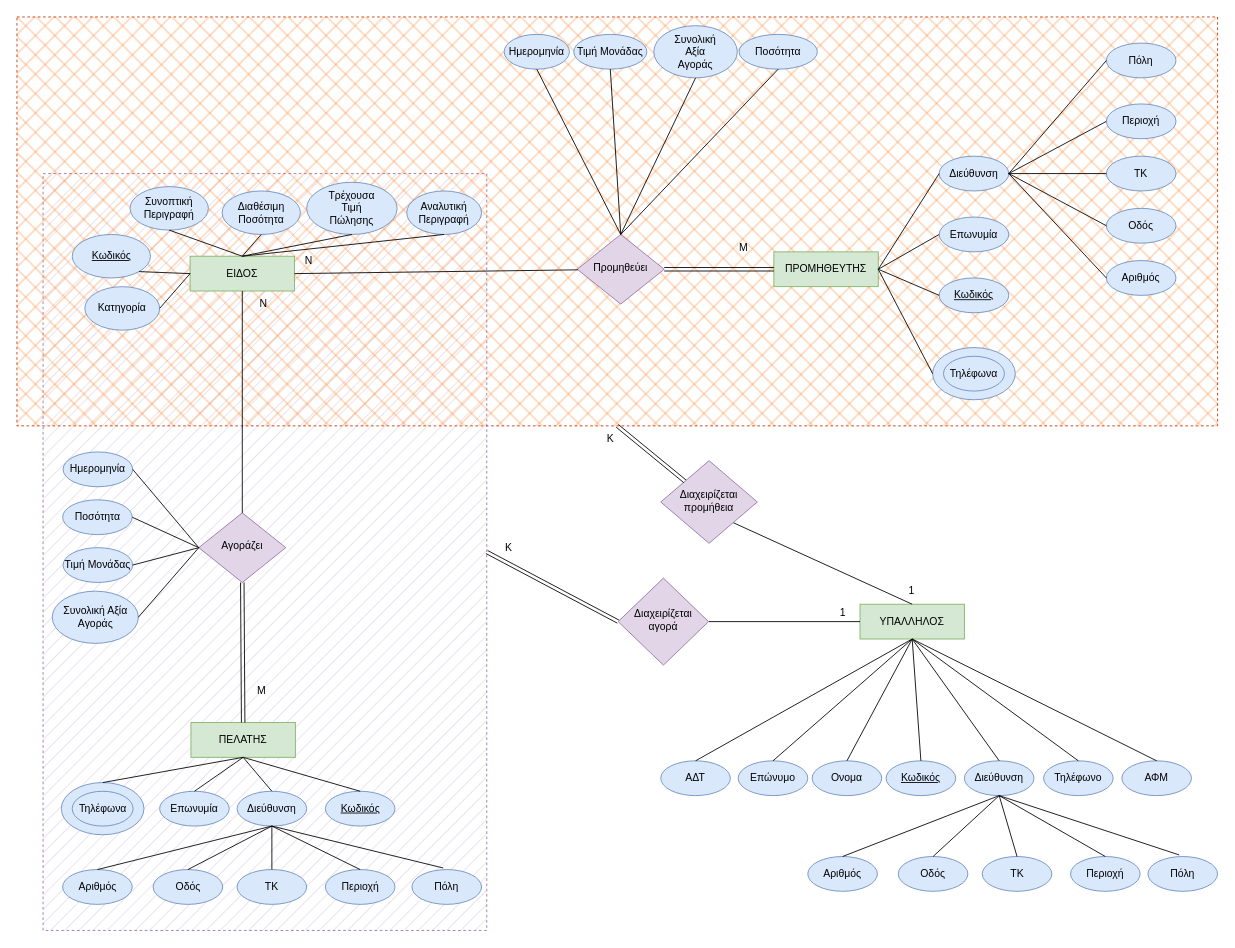
The draw.io diagram ERDiagramFlowchart.drawio in Lazini/ERDiagram, before the edit. Source tidied: cells renumbered, new cells numbered last; positions are measured from the earlier drawing's top-left corner, leaving out a move shared by most shapes. Both pictures are drawn from the tidied source at 87%, with x=0, y=0 at pixel (17, 17).
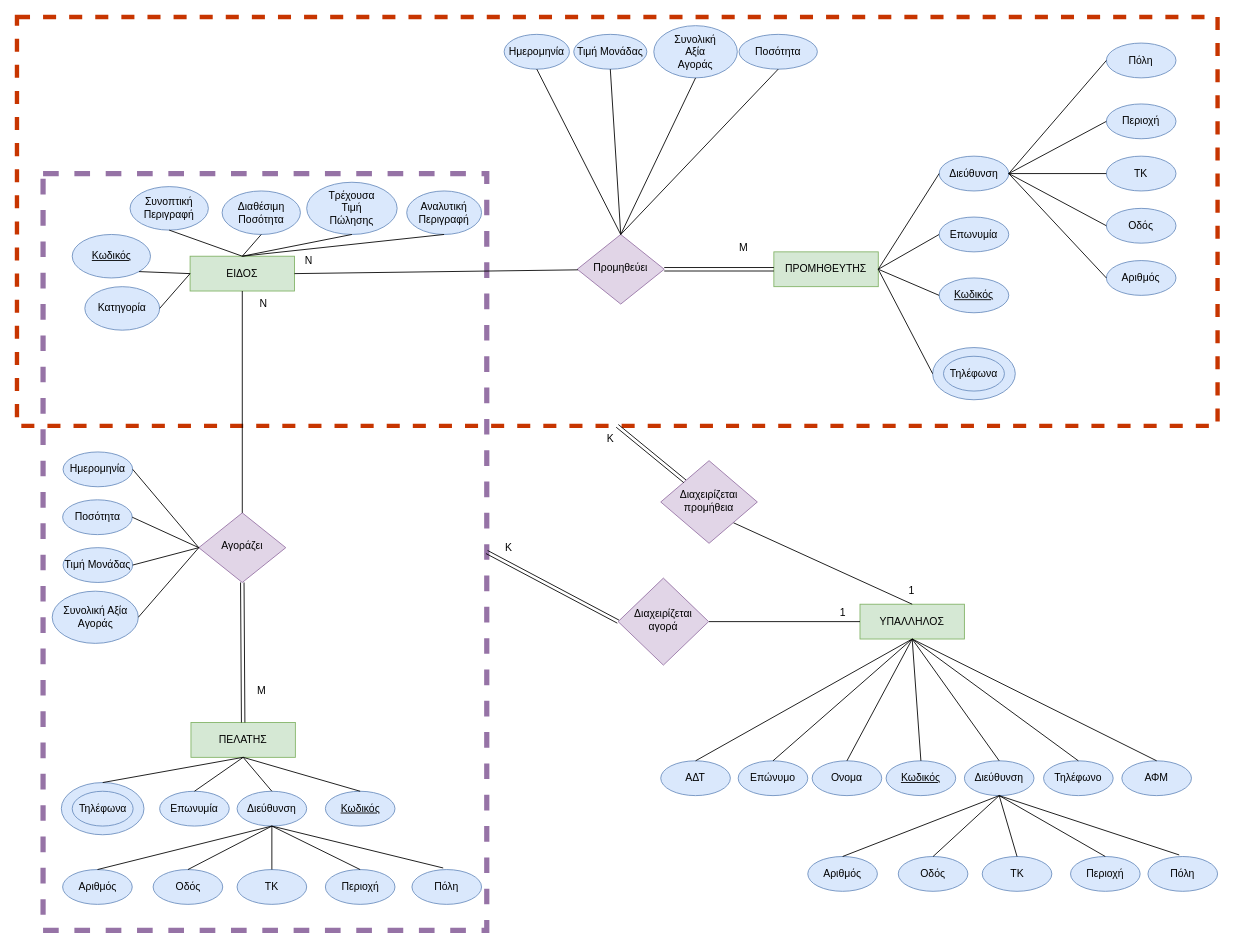
The same diagram, later.

Diff of the diagram source:
```diff
@@
-    <mxCell id="2" style="rounded=0;whiteSpace=wrap;html=1;dashed=1;fillStyle=hatch;fillColor=#e1d5e7;strokeColor=#9673a6;" parent="1" vertex="1">
+    <mxCell id="2" style="rounded=0;whiteSpace=wrap;html=1;dashed=1;fillStyle=hatch;fillColor=none;strokeColor=#9673a6;strokeWidth=6;" parent="1" vertex="1">
       <mxGeometry x="30" y="180" width="510" height="870" as="geometry" />
     </mxCell>
-    <mxCell id="3" style="rounded=0;whiteSpace=wrap;html=1;dashed=1;fillColor=#fa6800;strokeColor=#C73500;fillStyle=cross-hatch;fontColor=#000000;" parent="1" vertex="1">
+    <mxCell id="3" style="rounded=0;whiteSpace=wrap;html=1;dashed=1;fillColor=none;strokeColor=#C73500;fillStyle=cross-hatch;fontColor=#000000;strokeWidth=5;" parent="1" vertex="1">
       <mxGeometry width="1380" height="470" as="geometry" />
     </mxCell>
```
